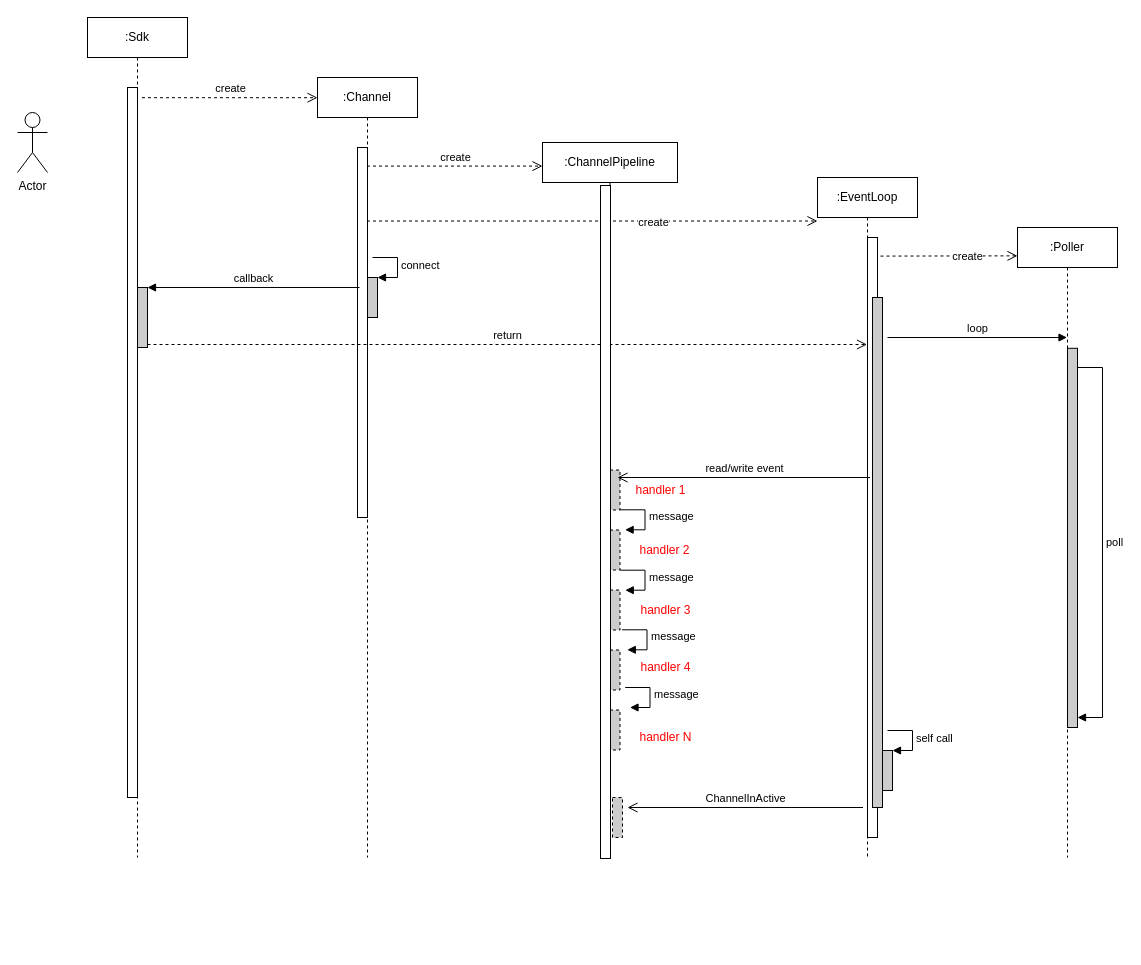
Above: page "UML序列图" (3 of 3) of transport.drawio in bingo787/draw (draw.io), before the change. Source tidied: cells renumbered, new cells numbered last; positions are measured from the earlier drawing's top-left corner, leaving out a move shared by most shapes. Both pictures are drawn from the tidied source at 100%, with x=0, y=0 at pixel (17, 17).
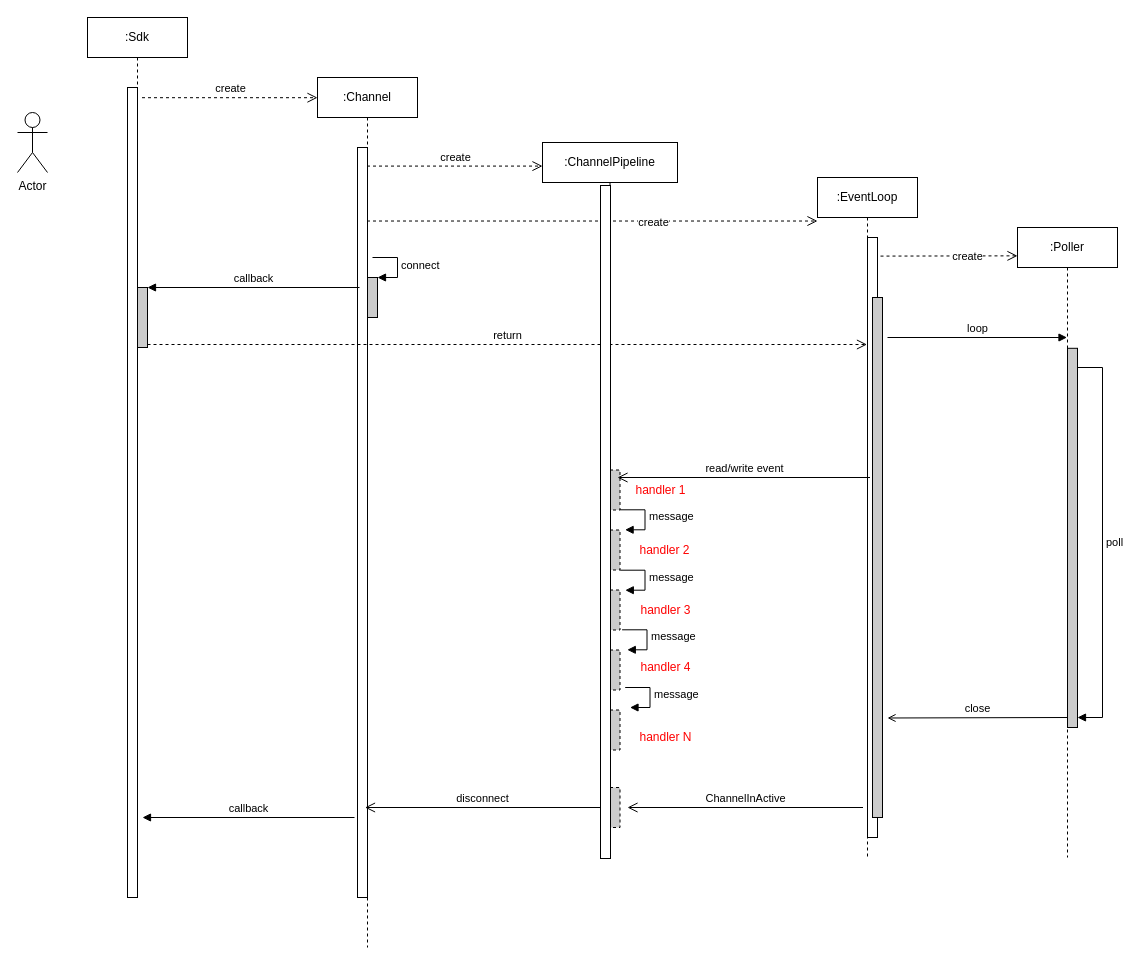
The same page after the edit.

The change refers to these unchanged cells:
```xml
<mxCell id="4" value=":EventLoop" style="shape=umlLifeline;perimeter=lifelinePerimeter;whiteSpace=wrap;html=1;outlineConnect=0;" parent="1" vertex="1">
  <mxGeometry x="800" y="160" width="100" height="680" as="geometry" />
</mxCell>
<mxCell id="10" value=":ChannelPipeline" style="shape=umlLifeline;perimeter=lifelinePerimeter;whiteSpace=wrap;html=1;outlineConnect=0;" parent="1" vertex="1">
  <mxGeometry x="525" y="125" width="135" height="715" as="geometry" />
</mxCell>
```

Change to the diagram source:
```diff
@@
     <mxCell id="2" value=":Channel" style="shape=umlLifeline;perimeter=lifelinePerimeter;whiteSpace=wrap;html=1;outlineConnect=0;" parent="1" vertex="1">
-      <mxGeometry x="300" y="60" width="100" height="780" as="geometry" />
+      <mxGeometry x="300" y="60" width="100" height="870" as="geometry" />
     </mxCell>
     <mxCell id="3" style="html=1;perimeter=orthogonalPerimeter;" parent="2" vertex="1">
-      <mxGeometry x="40" y="70" width="10" height="370" as="geometry" />
+      <mxGeometry x="40" y="70" width="10" height="750" as="geometry" />
     </mxCell>
@@
     <mxCell id="6" style="html=1;perimeter=orthogonalPerimeter;fillColor=#CCCCCC;fontColor=#000000;" parent="4" vertex="1">
-      <mxGeometry x="55" y="120" width="10" height="510" as="geometry" />
+      <mxGeometry x="55" y="120" width="10" height="520" as="geometry" />
     </mxCell>
@@
-    <mxCell id="8" style="html=1;points=[];perimeter=orthogonalPerimeter;fillColor=#CCCCCC;fontColor=#000000;" parent="4" vertex="1">
-      <mxGeometry x="65" y="573" width="10" height="40" as="geometry" />
-    </mxCell>
-    <mxCell id="9" value="self call" style="edgeStyle=orthogonalEdgeStyle;html=1;align=left;spacingLeft=2;endArrow=block;rounded=0;entryX=1;entryY=0;fontColor=#000000;" parent="4" edge="1" target="8">
-      <mxGeometry relative="1" as="geometry">
-        <mxPoint x="70" y="553" as="sourcePoint" />
-        <Array as="points">
-          <mxPoint x="95" y="553" />
-        </Array>
-      </mxGeometry>
-    </mxCell>
@@
     <mxCell id="22" style="html=1;perimeter=orthogonalPerimeter;dashed=1;fillColor=#CCCCCC;" parent="10" vertex="1">
-      <mxGeometry x="70" y="655" width="10" height="40" as="geometry" />
+      <mxGeometry x="67.5" y="645" width="10" height="40" as="geometry" />
     </mxCell>
@@
     <mxCell id="29" value=":Sdk" style="shape=umlLifeline;perimeter=lifelinePerimeter;whiteSpace=wrap;html=1;" parent="1" vertex="1">
-      <mxGeometry x="70" width="100" height="840" as="geometry" />
+      <mxGeometry x="70" width="100" height="880" as="geometry" />
     </mxCell>
     <mxCell id="30" style="html=1;perimeter=orthogonalPerimeter;" parent="29" vertex="1">
-      <mxGeometry x="40" y="70" width="10" height="710" as="geometry" />
+      <mxGeometry x="40" y="70" width="10" height="810" as="geometry" />
     </mxCell>
@@
+    <mxCell id="45" value="close" style="html=1;verticalAlign=bottom;endArrow=open;fontColor=#000000;" parent="1" edge="1">
+      <mxGeometry relative="1" as="geometry">
+        <mxPoint x="1049.5" y="700" as="sourcePoint" />
+        <mxPoint x="870" y="700.5" as="targetPoint" />
+      </mxGeometry>
+    </mxCell>
+    <mxCell id="46" value="disconnect" style="html=1;verticalAlign=bottom;endArrow=open;endSize=8;fontColor=#000000;" parent="1" edge="1">
+      <mxGeometry relative="1" as="geometry">
+        <mxPoint x="583" y="790" as="sourcePoint" />
+        <mxPoint x="347.5" y="790" as="targetPoint" />
+      </mxGeometry>
+    </mxCell>
+    <mxCell id="47" value="callback" style="html=1;verticalAlign=bottom;endArrow=block;entryX=1;entryY=0;fontColor=#000000;" parent="1" edge="1">
+      <mxGeometry relative="1" as="geometry">
+        <mxPoint x="337" y="800" as="sourcePoint" />
+        <mxPoint x="125" y="800" as="targetPoint" />
+      </mxGeometry>
+    </mxCell>
```
